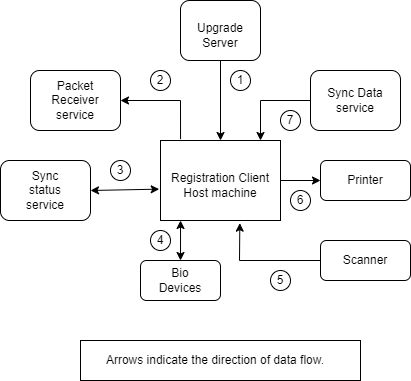
Before: docs/_images/reg-client.drawio.png, a diagram exported from draw.io (mosip/documentation). Source tidied: cells renumbered, new cells last; positions are measured from the earlier drawing's top-left corner, leaving out a move shared by most shapes. Source of this version:
```xml
<mxGraphModel>
  <root>
    <mxCell id="0" />
    <mxCell id="1" parent="0" />
    <mxCell id="2" style="rounded=0;whiteSpace=wrap;html=1;" parent="1" vertex="1">
      <mxGeometry x="160" y="140" width="120" height="80" as="geometry" />
    </mxCell>
    <mxCell id="3" value="Registration Client Host machine" style="text;html=1;strokeColor=none;fillColor=none;align=center;verticalAlign=middle;whiteSpace=wrap;rounded=0;" parent="1" vertex="1">
      <mxGeometry x="160" y="160" width="120" height="50" as="geometry" />
    </mxCell>
    <mxCell id="4" style="rounded=1;whiteSpace=wrap;html=1;" parent="1" vertex="1">
      <mxGeometry x="180" width="80" height="60" as="geometry" />
    </mxCell>
    <mxCell id="5" value="Upgrade Server" style="text;html=1;strokeColor=none;fillColor=none;align=center;verticalAlign=middle;whiteSpace=wrap;rounded=0;" parent="1" vertex="1">
      <mxGeometry x="190" y="20" width="60" height="30" as="geometry" />
    </mxCell>
    <mxCell id="6" style="edgeStyle=orthogonalEdgeStyle;rounded=0;jettySize=auto;html=1;exitX=1;exitY=0.5;exitDx=0;exitDy=0;" parent="1" edge="1" source="7">
      <mxGeometry relative="1" as="geometry">
        <mxPoint x="120" y="100" as="targetPoint" />
      </mxGeometry>
    </mxCell>
    <mxCell id="7" style="rounded=1;whiteSpace=wrap;html=1;" parent="1" vertex="1">
      <mxGeometry x="30" y="70" width="90" height="60" as="geometry" />
    </mxCell>
    <mxCell id="8" value="Packet Receiver service" style="text;html=1;strokeColor=none;fillColor=none;align=center;verticalAlign=middle;whiteSpace=wrap;rounded=0;" parent="1" vertex="1">
      <mxGeometry x="45" y="85" width="60" height="30" as="geometry" />
    </mxCell>
    <mxCell id="9" style="rounded=1;whiteSpace=wrap;html=1;" parent="1" vertex="1">
      <mxGeometry x="310" y="70" width="90" height="60" as="geometry" />
    </mxCell>
    <mxCell id="10" value="Sync Data service" style="text;html=1;strokeColor=none;fillColor=none;align=center;verticalAlign=middle;whiteSpace=wrap;rounded=0;" parent="1" vertex="1">
      <mxGeometry x="325" y="85" width="60" height="30" as="geometry" />
    </mxCell>
    <mxCell id="11" style="rounded=1;whiteSpace=wrap;html=1;" parent="1" vertex="1">
      <mxGeometry y="160" width="90" height="60" as="geometry" />
    </mxCell>
    <mxCell id="12" value="Sync status service" style="text;html=1;strokeColor=none;fillColor=none;align=center;verticalAlign=middle;whiteSpace=wrap;rounded=0;" parent="1" vertex="1">
      <mxGeometry x="15" y="175" width="60" height="30" as="geometry" />
    </mxCell>
    <mxCell id="13" style="rounded=1;whiteSpace=wrap;html=1;" parent="1" vertex="1">
      <mxGeometry x="320" y="160" width="90" height="40" as="geometry" />
    </mxCell>
    <mxCell id="14" value="Printer" style="text;html=1;strokeColor=none;fillColor=none;align=center;verticalAlign=middle;whiteSpace=wrap;rounded=0;" parent="1" vertex="1">
      <mxGeometry x="335" y="165" width="60" height="30" as="geometry" />
    </mxCell>
    <mxCell id="15" style="rounded=1;whiteSpace=wrap;html=1;" parent="1" vertex="1">
      <mxGeometry x="320" y="240" width="90" height="40" as="geometry" />
    </mxCell>
    <mxCell id="16" value="Scanner" style="text;html=1;strokeColor=none;fillColor=none;align=center;verticalAlign=middle;whiteSpace=wrap;rounded=0;" parent="1" vertex="1">
      <mxGeometry x="335" y="250" width="60" height="20" as="geometry" />
    </mxCell>
    <mxCell id="17" style="rounded=1;whiteSpace=wrap;html=1;" parent="1" vertex="1">
      <mxGeometry x="140" y="260" width="80" height="40" as="geometry" />
    </mxCell>
    <mxCell id="18" value="Bio Devices" style="text;html=1;strokeColor=none;fillColor=none;align=center;verticalAlign=middle;whiteSpace=wrap;rounded=0;" parent="1" vertex="1">
      <mxGeometry x="150" y="270" width="60" height="20" as="geometry" />
    </mxCell>
    <mxCell id="19" style="endArrow=classic;html=1;rounded=0;exitX=0.5;exitY=1;exitDx=0;exitDy=0;entryX=0.5;entryY=0;entryDx=0;entryDy=0;" parent="1" edge="1" source="4" target="2">
      <mxGeometry relative="1" as="geometry" />
    </mxCell>
    <mxCell id="20" style="endArrow=classic;html=1;rounded=0;exitX=0;exitY=0.5;exitDx=0;exitDy=0;" parent="1" edge="1" source="9">
      <mxGeometry relative="1" as="geometry">
        <mxPoint x="260" y="140" as="targetPoint" />
        <Array as="points">
          <mxPoint x="260" y="100" />
        </Array>
      </mxGeometry>
    </mxCell>
    <mxCell id="21" style="endArrow=classic;html=1;rounded=0;exitX=1;exitY=0.5;exitDx=0;exitDy=0;" parent="1" edge="1" source="2" target="13">
      <mxGeometry relative="1" as="geometry" />
    </mxCell>
    <mxCell id="22" style="endArrow=classic;html=1;rounded=0;exitX=0;exitY=0.5;exitDx=0;exitDy=0;entryX=0.661;entryY=1.033;entryDx=0;entryDy=0;entryPerimeter=0;" parent="1" edge="1" source="15" target="2">
      <mxGeometry relative="1" as="geometry">
        <Array as="points">
          <mxPoint x="239" y="260" />
        </Array>
      </mxGeometry>
    </mxCell>
    <mxCell id="23" style="endArrow=classic;startArrow=classic;html=1;rounded=0;entryX=0.167;entryY=1;entryDx=0;entryDy=0;entryPerimeter=0;" parent="1" edge="1" target="2">
      <mxGeometry relative="1" as="geometry">
        <mxPoint x="180" y="260" as="sourcePoint" />
      </mxGeometry>
    </mxCell>
    <mxCell id="24" style="endArrow=classic;html=1;rounded=0;entryX=1;entryY=0.5;entryDx=0;entryDy=0;exitX=0.167;exitY=-0.017;exitDx=0;exitDy=0;exitPerimeter=0;" parent="1" edge="1" source="2" target="7">
      <mxGeometry relative="1" as="geometry">
        <Array as="points">
          <mxPoint x="180" y="100" />
        </Array>
      </mxGeometry>
    </mxCell>
    <mxCell id="25" style="endArrow=classic;startArrow=classic;html=1;rounded=0;exitX=1;exitY=0.5;exitDx=0;exitDy=0;entryX=-0.011;entryY=0.608;entryDx=0;entryDy=0;entryPerimeter=0;" parent="1" edge="1" source="11" target="2">
      <mxGeometry relative="1" as="geometry" />
    </mxCell>
    <mxCell id="26" value="1" style="ellipse;whiteSpace=wrap;html=1;" parent="1" vertex="1">
      <mxGeometry x="230" y="70" width="20" height="20" as="geometry" />
    </mxCell>
    <mxCell id="27" value="7" style="ellipse;whiteSpace=wrap;html=1;" parent="1" vertex="1">
      <mxGeometry x="280" y="110" width="20" height="20" as="geometry" />
    </mxCell>
    <mxCell id="28" value="5" style="ellipse;whiteSpace=wrap;html=1;" parent="1" vertex="1">
      <mxGeometry x="270" y="270" width="20" height="20" as="geometry" />
    </mxCell>
    <mxCell id="29" value="6" style="ellipse;whiteSpace=wrap;html=1;" parent="1" vertex="1">
      <mxGeometry x="290" y="190" width="20" height="20" as="geometry" />
    </mxCell>
    <mxCell id="30" value="2" style="ellipse;whiteSpace=wrap;html=1;" parent="1" vertex="1">
      <mxGeometry x="150" y="70" width="20" height="20" as="geometry" />
    </mxCell>
    <mxCell id="31" value="3" style="ellipse;whiteSpace=wrap;html=1;" parent="1" vertex="1">
      <mxGeometry x="110" y="160" width="20" height="20" as="geometry" />
    </mxCell>
    <mxCell id="32" value="4" style="ellipse;whiteSpace=wrap;html=1;" parent="1" vertex="1">
      <mxGeometry x="150" y="230" width="20" height="20" as="geometry" />
    </mxCell>
    <mxCell id="33" style="rounded=0;whiteSpace=wrap;html=1;" parent="1" vertex="1">
      <mxGeometry x="80" y="340" width="280" height="40" as="geometry" />
    </mxCell>
    <mxCell id="34" value="Arrows indicate the direction of data flow." style="text;html=1;strokeColor=none;fillColor=none;align=center;verticalAlign=middle;whiteSpace=wrap;rounded=0;" parent="1" vertex="1">
      <mxGeometry x="20" y="340" width="390" height="40" as="geometry" />
    </mxCell>
  </root>
</mxGraphModel>
```
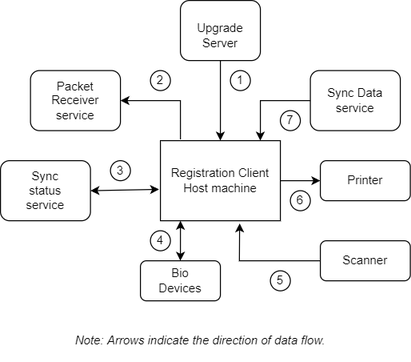
The same diagram one commit later.

Diff of the diagram source:
```diff
@@ -6,7 +6,7 @@
       <mxGeometry x="160" y="140" width="120" height="80" as="geometry" />
     </mxCell>
     <mxCell id="3" value="Registration Client Host machine" style="text;html=1;strokeColor=none;fillColor=none;align=center;verticalAlign=middle;whiteSpace=wrap;rounded=0;" parent="1" vertex="1">
-      <mxGeometry x="160" y="160" width="120" height="50" as="geometry" />
+      <mxGeometry x="160" y="160" width="120" height="40" as="geometry" />
     </mxCell>
     <mxCell id="4" style="rounded=1;whiteSpace=wrap;html=1;" parent="1" vertex="1">
       <mxGeometry x="180" width="80" height="60" as="geometry" />
@@ -112,11 +112,8 @@
     <mxCell id="32" value="4" style="ellipse;whiteSpace=wrap;html=1;" parent="1" vertex="1">
       <mxGeometry x="150" y="230" width="20" height="20" as="geometry" />
     </mxCell>
-    <mxCell id="33" style="rounded=0;whiteSpace=wrap;html=1;" parent="1" vertex="1">
-      <mxGeometry x="80" y="340" width="280" height="40" as="geometry" />
-    </mxCell>
-    <mxCell id="34" value="Arrows indicate the direction of data flow." style="text;html=1;strokeColor=none;fillColor=none;align=center;verticalAlign=middle;whiteSpace=wrap;rounded=0;" parent="1" vertex="1">
-      <mxGeometry x="20" y="340" width="390" height="40" as="geometry" />
+    <mxCell id="34" value="&lt;i&gt;Note: Arrows indicate the direction of data flow.&lt;/i&gt;" style="text;html=1;strokeColor=none;fillColor=none;align=center;verticalAlign=middle;whiteSpace=wrap;rounded=0;" parent="1" vertex="1">
+      <mxGeometry x="5" y="320" width="390" height="40" as="geometry" />
     </mxCell>
   </root>
 </mxGraphModel>
```
